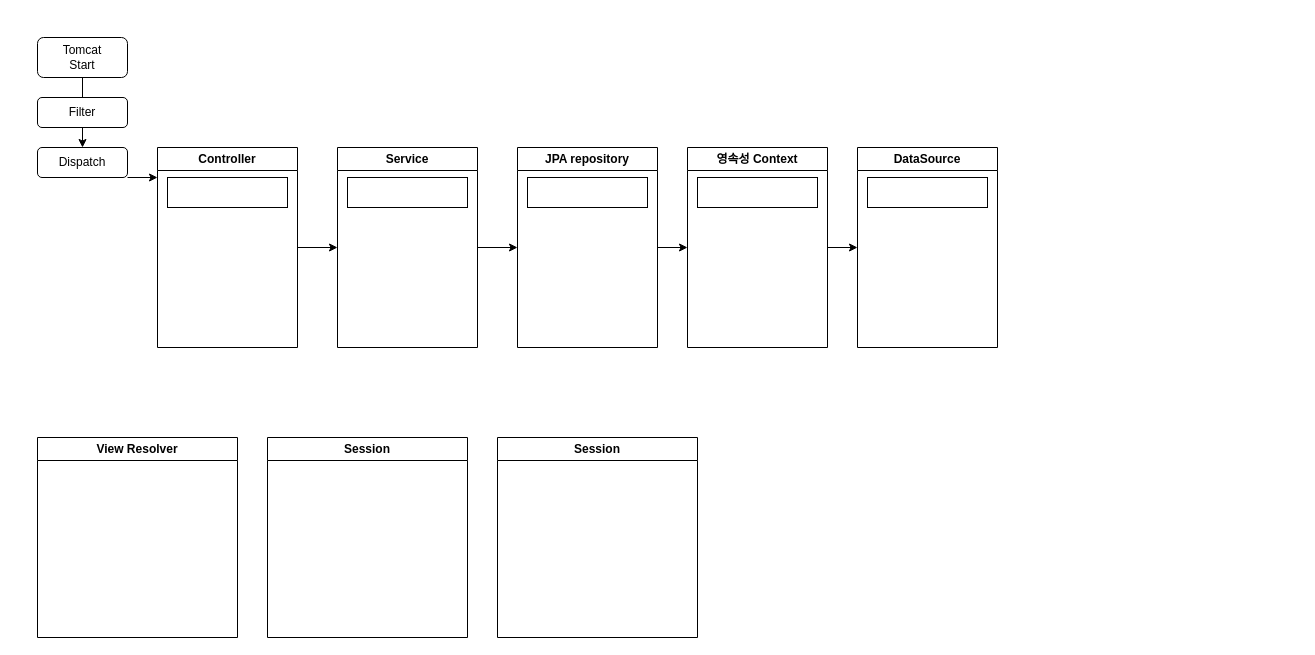
Above: Spring 동작 원리.drawio in MinKonKim/SpringBoot-JPA-Blog (draw.io), before the change. Source tidied: cells renumbered, new cells numbered last; positions are measured from the earlier drawing's top-left corner, leaving out a move shared by most shapes. Both pictures are drawn from the tidied source at 100%, with x=0, y=0 at pixel (37, 37).
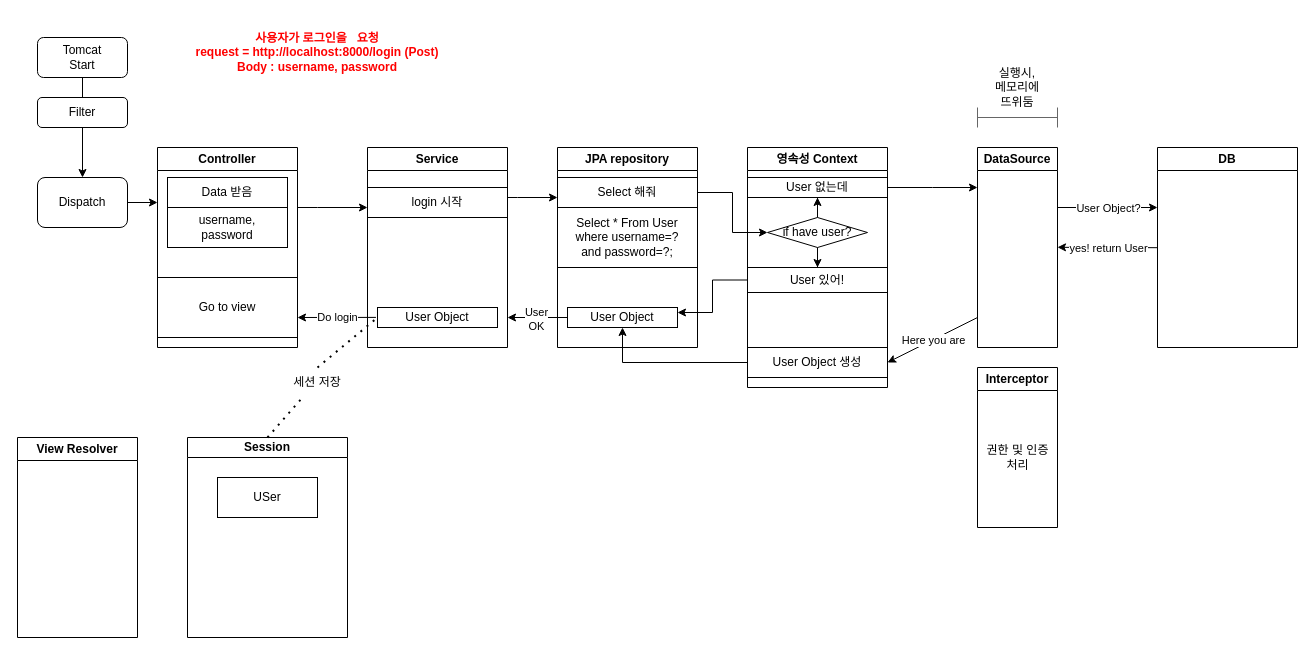
The same diagram, later.

Commit message:
Spring 동작 원리 (로그인 시나리오)

The change refers to these unchanged cells:
```xml
<mxCell id="8" value="Controller" style="swimlane;whiteSpace=wrap;html=1;" parent="1" vertex="1">
  <mxGeometry x="120" y="110" width="140" height="200" as="geometry" />
</mxCell>
```

The edit, as a diff of the source:
```diff
@@
     <mxCell id="5" value="Dispatch" style="rounded=1;whiteSpace=wrap;html=1;" parent="1" vertex="1">
-      <mxGeometry y="110" width="90" height="30" as="geometry" />
+      <mxGeometry y="140" width="90" height="50" as="geometry" />
     </mxCell>
@@
     <mxCell id="7" style="edgeStyle=orthogonalEdgeStyle;rounded=0;jettySize=auto;html=1;" parent="1" edge="1" source="8" target="12">
-      <mxGeometry relative="1" as="geometry" />
+      <mxGeometry relative="1" as="geometry">
+        <Array as="points">
+          <mxPoint x="280" y="170" />
+          <mxPoint x="280" y="170" />
+        </Array>
+      </mxGeometry>
     </mxCell>
@@
+    <mxCell id="25" style="group;" parent="8" vertex="1">
+      <mxGeometry x="10" y="30" width="120" height="70" as="geometry" />
+    </mxCell>
-    <mxCell id="9" style="whiteSpace=wrap;html=1;" parent="8" vertex="1">
-      <mxGeometry x="10" y="30" width="120" height="30" as="geometry" />
+    <mxCell id="9" value="username,&lt;br&gt;password" style="whiteSpace=wrap;html=1;" parent="25" vertex="1">
+      <mxGeometry y="30" width="120" height="40" as="geometry" />
     </mxCell>
+    <mxCell id="26" value="Data 받음" style="whiteSpace=wrap;html=1;" parent="25" vertex="1">
+      <mxGeometry width="120" height="30" as="geometry" />
+    </mxCell>
+    <mxCell id="27" value="Go to view" style="rounded=0;whiteSpace=wrap;html=1;" parent="8" vertex="1">
+      <mxGeometry y="130" width="140" height="60" as="geometry" />
+    </mxCell>
-    <mxCell id="10" style="endArrow=classic;html=1;rounded=0;exitX=1;exitY=1;exitDx=0;exitDy=0;" parent="1" edge="1" source="5">
+    <mxCell id="10" style="endArrow=classic;html=1;rounded=0;exitX=1;exitY=0.5;exitDx=0;exitDy=0;" parent="1" edge="1" source="5">
       <mxGeometry relative="1" as="geometry">
-        <mxPoint x="120" y="140" as="targetPoint" />
+        <mxPoint x="120" y="165" as="targetPoint" />
       </mxGeometry>
     </mxCell>
     <mxCell id="11" style="edgeStyle=orthogonalEdgeStyle;rounded=0;jettySize=auto;html=1;" parent="1" edge="1" source="12" target="15">
-      <mxGeometry relative="1" as="geometry" />
+      <mxGeometry relative="1" as="geometry">
+        <Array as="points">
+          <mxPoint x="480" y="160" />
+          <mxPoint x="480" y="160" />
+        </Array>
+      </mxGeometry>
     </mxCell>
     <mxCell id="12" value="Service" style="swimlane;whiteSpace=wrap;html=1;" parent="1" vertex="1">
-      <mxGeometry x="300" y="110" width="140" height="200" as="geometry" />
+      <mxGeometry x="330" y="110" width="140" height="200" as="geometry" />
     </mxCell>
-    <mxCell id="13" style="whiteSpace=wrap;html=1;" parent="12" vertex="1">
-      <mxGeometry x="10" y="30" width="120" height="30" as="geometry" />
+    <mxCell id="13" value="login 시작" style="whiteSpace=wrap;html=1;" parent="12" vertex="1">
+      <mxGeometry y="40" width="140" height="30" as="geometry" />
     </mxCell>
-    <mxCell id="14" style="edgeStyle=orthogonalEdgeStyle;rounded=0;jettySize=auto;html=1;" parent="1" edge="1" source="15" target="18">
-      <mxGeometry relative="1" as="geometry" />
-    </mxCell>
+    <mxCell id="28" value="User Object" style="rounded=0;whiteSpace=wrap;html=1;" parent="12" vertex="1">
+      <mxGeometry x="10" y="160" width="120" height="20" as="geometry" />
+    </mxCell>
     <mxCell id="15" value="JPA repository" style="swimlane;whiteSpace=wrap;html=1;" parent="1" vertex="1">
-      <mxGeometry x="480" y="110" width="140" height="200" as="geometry" />
+      <mxGeometry x="520" y="110" width="140" height="200" as="geometry" />
     </mxCell>
-    <mxCell id="16" style="whiteSpace=wrap;html=1;" parent="15" vertex="1">
-      <mxGeometry x="10" y="30" width="120" height="30" as="geometry" />
+    <mxCell id="16" value="Select 해줘" style="whiteSpace=wrap;html=1;" parent="15" vertex="1">
+      <mxGeometry y="30" width="140" height="30" as="geometry" />
     </mxCell>
-    <mxCell id="17" style="edgeStyle=orthogonalEdgeStyle;rounded=0;jettySize=auto;html=1;" parent="1" edge="1" source="18" target="20">
-      <mxGeometry relative="1" as="geometry" />
-    </mxCell>
+    <mxCell id="29" value="Select * From User&lt;br&gt;where username=?&lt;br&gt;and password=?;" style="whiteSpace=wrap;html=1;" parent="15" vertex="1">
+      <mxGeometry y="60" width="140" height="60" as="geometry" />
+    </mxCell>
+    <mxCell id="30" value="User Object" style="rounded=0;whiteSpace=wrap;html=1;" parent="15" vertex="1">
+      <mxGeometry x="10" y="160" width="110" height="20" as="geometry" />
+    </mxCell>
     <mxCell id="18" value="영속성 Context" style="swimlane;whiteSpace=wrap;html=1;" parent="1" vertex="1">
-      <mxGeometry x="650" y="110" width="140" height="200" as="geometry" />
+      <mxGeometry x="710" y="110" width="140" height="240" as="geometry" />
     </mxCell>
-    <mxCell id="19" style="whiteSpace=wrap;html=1;" parent="18" vertex="1">
-      <mxGeometry x="10" y="30" width="120" height="30" as="geometry" />
-    </mxCell>
+    <mxCell id="31" style="edgeStyle=orthogonalEdgeStyle;rounded=0;jettySize=auto;html=1;" parent="18" edge="1" source="32">
+      <mxGeometry relative="1" as="geometry">
+        <mxPoint x="230" y="40" as="targetPoint" />
+      </mxGeometry>
+    </mxCell>
+    <mxCell id="32" value="User 없는데" style="rounded=0;whiteSpace=wrap;html=1;" parent="18" vertex="1">
+      <mxGeometry y="30" width="140" height="20" as="geometry" />
+    </mxCell>
+    <mxCell id="33" value="User Object 생성" style="rounded=0;whiteSpace=wrap;html=1;" parent="18" vertex="1">
+      <mxGeometry y="200" width="140" height="30" as="geometry" />
+    </mxCell>
+    <mxCell id="34" value="User 있어!" style="rounded=0;whiteSpace=wrap;html=1;" parent="18" vertex="1">
+      <mxGeometry y="120" width="140" height="25" as="geometry" />
+    </mxCell>
+    <mxCell id="35" style="edgeStyle=orthogonalEdgeStyle;rounded=0;jettySize=auto;html=1;entryX=0.5;entryY=1;entryDx=0;entryDy=0;" parent="18" edge="1" source="37" target="32">
+      <mxGeometry relative="1" as="geometry" />
+    </mxCell>
+    <mxCell id="36" style="edgeStyle=orthogonalEdgeStyle;rounded=0;jettySize=auto;html=1;" parent="18" edge="1" source="37" target="34">
+      <mxGeometry relative="1" as="geometry" />
+    </mxCell>
+    <mxCell id="37" value="if have user?" style="rhombus;whiteSpace=wrap;html=1;" parent="18" vertex="1">
+      <mxGeometry x="20" y="70" width="100" height="30" as="geometry" />
+    </mxCell>
     <mxCell id="20" value="DataSource" style="swimlane;whiteSpace=wrap;html=1;" parent="1" vertex="1">
-      <mxGeometry x="820" y="110" width="140" height="200" as="geometry" />
+      <mxGeometry x="940" y="110" width="80" height="200" as="geometry" />
     </mxCell>
-    <mxCell id="21" style="whiteSpace=wrap;html=1;" parent="20" vertex="1">
-      <mxGeometry x="10" y="30" width="120" height="30" as="geometry" />
-    </mxCell>
     <mxCell id="22" value="View Resolver" style="swimlane;whiteSpace=wrap;html=1;" parent="1" vertex="1">
-      <mxGeometry y="400" width="200" height="200" as="geometry" />
+      <mxGeometry x="-20" y="400" width="120" height="200" as="geometry" />
     </mxCell>
-    <mxCell id="23" value="Session" style="swimlane;whiteSpace=wrap;html=1;" parent="1" vertex="1">
-      <mxGeometry x="230" y="400" width="200" height="200" as="geometry" />
+    <mxCell id="23" value="Session" style="swimlane;whiteSpace=wrap;html=1;startSize=20;" parent="1" vertex="1">
+      <mxGeometry x="150" y="400" width="160" height="200" as="geometry" />
     </mxCell>
+    <mxCell id="38" value="USer" style="whiteSpace=wrap;html=1;" parent="23" vertex="1">
+      <mxGeometry x="30" y="40" width="100" height="40" as="geometry" />
+    </mxCell>
-    <mxCell id="24" value="Session" style="swimlane;whiteSpace=wrap;html=1;" parent="1" vertex="1">
-      <mxGeometry x="460" y="400" width="200" height="200" as="geometry" />
+    <mxCell id="24" value="Interceptor" style="swimlane;whiteSpace=wrap;html=1;" parent="1" vertex="1">
+      <mxGeometry x="940" y="330" width="80" height="160" as="geometry" />
     </mxCell>
+    <mxCell id="39" value="권한 및 인증&lt;br&gt;처리" style="text;html=1;align=center;verticalAlign=middle;strokeColor=none;fillColor=none;" parent="24" vertex="1">
+      <mxGeometry x="-5" y="70" width="90" height="40" as="geometry" />
+    </mxCell>
+    <mxCell id="40" value="DB" style="swimlane;whiteSpace=wrap;html=1;startSize=23;" parent="1" vertex="1">
+      <mxGeometry x="1120" y="110" width="140" height="200" as="geometry" />
+    </mxCell>
+    <mxCell id="41" style="endArrow=classic;html=1;rounded=0;" parent="40" edge="1">
+      <mxGeometry relative="1" as="geometry">
+        <mxPoint x="-100" y="60" as="sourcePoint" />
+        <mxPoint y="60" as="targetPoint" />
+        <Array as="points">
+          <mxPoint y="60" />
+        </Array>
+      </mxGeometry>
+    </mxCell>
+    <mxCell id="42" value="User Object?" style="edgeLabel;html=1;align=center;verticalAlign=middle;" parent="41" vertex="1">
+      <mxGeometry relative="1" as="geometry" />
+    </mxCell>
+    <mxCell id="43" value="&lt;b&gt;&lt;font color=&quot;#ff0000&quot; style=&quot;background-color: rgb(255, 255, 255);&quot;&gt;사용자가 로그인을&amp;nbsp; &amp;nbsp;요청&lt;br&gt;request = http://localhost:8000/login (Post)&lt;br&gt;Body : username, password&lt;/font&gt;&lt;/b&gt;" style="text;html=1;strokeColor=none;fillColor=none;align=center;verticalAlign=middle;whiteSpace=wrap;rounded=0;" parent="1" vertex="1">
+      <mxGeometry x="100" y="-20" width="360" height="70" as="geometry" />
+    </mxCell>
+    <mxCell id="44" style="endArrow=classic;html=1;rounded=0;entryX=1;entryY=0.5;entryDx=0;entryDy=0;" parent="1" edge="1" target="33">
+      <mxGeometry relative="1" as="geometry">
+        <mxPoint x="940" y="280" as="sourcePoint" />
+      </mxGeometry>
+    </mxCell>
+    <mxCell id="45" value="Here you are" style="edgeLabel;html=1;align=center;verticalAlign=middle;" parent="44" vertex="1">
+      <mxGeometry relative="1" as="geometry" />
+    </mxCell>
+    <mxCell id="46" style="endArrow=classic;html=1;rounded=0;" parent="1" edge="1" source="30">
+      <mxGeometry relative="1" as="geometry">
+        <mxPoint x="470" y="280" as="targetPoint" />
+      </mxGeometry>
+    </mxCell>
+    <mxCell id="47" value="User&lt;br&gt;OK" style="edgeLabel;html=1;align=center;verticalAlign=middle;" parent="46" vertex="1">
+      <mxGeometry x="0.05" y="1" relative="1" as="geometry" />
+    </mxCell>
+    <mxCell id="48" style="endArrow=classic;html=1;rounded=0;exitX=-0.013;exitY=0.495;exitDx=0;exitDy=0;exitPerimeter=0;" parent="1" edge="1" source="28">
+      <mxGeometry relative="1" as="geometry">
+        <mxPoint x="260" y="280" as="targetPoint" />
+      </mxGeometry>
+    </mxCell>
+    <mxCell id="49" value="Do login" style="edgeLabel;html=1;align=center;verticalAlign=middle;" parent="48" vertex="1">
+      <mxGeometry relative="1" as="geometry" />
+    </mxCell>
+    <mxCell id="50" style="endArrow=classic;html=1;rounded=0;entryX=1;entryY=0.5;entryDx=0;entryDy=0;" parent="1" edge="1">
+      <mxGeometry relative="1" as="geometry">
+        <mxPoint x="1120" y="210.2" as="sourcePoint" />
+        <mxPoint x="1020" y="209.8" as="targetPoint" />
+      </mxGeometry>
+    </mxCell>
+    <mxCell id="51" value="yes! return User" style="edgeLabel;html=1;align=center;verticalAlign=middle;" parent="50" vertex="1">
+      <mxGeometry relative="1" as="geometry" />
+    </mxCell>
+    <mxCell id="52" style="endArrow=none;dashed=1;html=1;dashPattern=1 3;strokeWidth=2;rounded=0;entryX=0;entryY=0.5;entryDx=0;entryDy=0;exitX=0.5;exitY=0;exitDx=0;exitDy=0;" parent="1" edge="1" source="54" target="28">
+      <mxGeometry relative="1" as="geometry" />
+    </mxCell>
+    <mxCell id="53" style="endArrow=none;dashed=1;html=1;dashPattern=1 3;strokeWidth=2;rounded=0;entryX=0.25;entryY=1;entryDx=0;entryDy=0;exitX=0.5;exitY=0;exitDx=0;exitDy=0;" parent="1" edge="1" source="23" target="54">
+      <mxGeometry relative="1" as="geometry" />
+    </mxCell>
+    <mxCell id="54" value="세션 저장" style="text;html=1;strokeColor=none;fillColor=none;align=center;verticalAlign=middle;whiteSpace=wrap;rounded=0;" parent="1" vertex="1">
+      <mxGeometry x="250" y="330" width="60" height="30" as="geometry" />
+    </mxCell>
+    <mxCell id="55" style="shape=crossbar;whiteSpace=wrap;html=1;rounded=1;fillColor=#f5f5f5;fontColor=#333333;strokeColor=#666666;" parent="1" vertex="1">
+      <mxGeometry x="940" y="70" width="80" height="20" as="geometry" />
+    </mxCell>
+    <mxCell id="56" value="실행시,&lt;br&gt;메모리에&lt;br&gt;뜨위둠" style="text;html=1;strokeColor=none;fillColor=none;align=center;verticalAlign=middle;whiteSpace=wrap;rounded=0;" parent="1" vertex="1">
+      <mxGeometry x="920" y="20" width="120" height="60" as="geometry" />
+    </mxCell>
+    <mxCell id="57" style="edgeStyle=orthogonalEdgeStyle;rounded=0;jettySize=auto;html=1;entryX=1;entryY=0.25;entryDx=0;entryDy=0;" parent="1" edge="1" source="34" target="30">
+      <mxGeometry relative="1" as="geometry" />
+    </mxCell>
+    <mxCell id="58" style="edgeStyle=orthogonalEdgeStyle;rounded=0;jettySize=auto;html=1;" parent="1" edge="1" source="33" target="30">
+      <mxGeometry relative="1" as="geometry" />
+    </mxCell>
+    <mxCell id="59" style="edgeStyle=orthogonalEdgeStyle;rounded=0;jettySize=auto;html=1;entryX=0;entryY=0.5;entryDx=0;entryDy=0;" parent="1" edge="1" source="16" target="37">
+      <mxGeometry relative="1" as="geometry" />
+    </mxCell>
```
